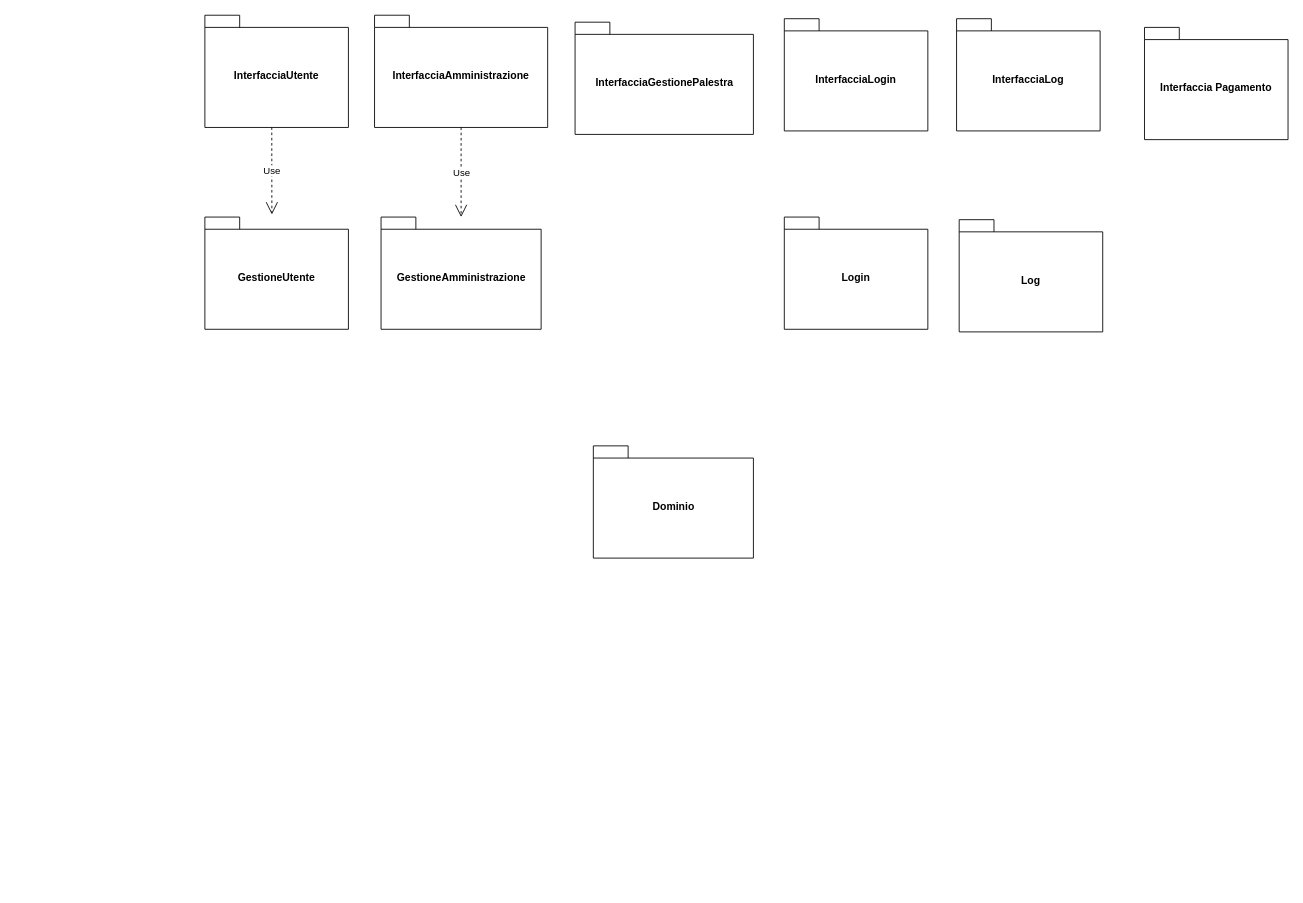
Earlier version of the draw.io diagram Diagrammi_Package/Utente.drawio (JosephBoom02/Progetto_Ingegneria_del_Software). Source tidied: cells renumbered, new cells numbered last; positions are measured from the earlier drawing's top-left corner, leaving out a move shared by most shapes. Both pictures are drawn from the tidied source at 87%, with x=0, y=0 at pixel (204, 15).
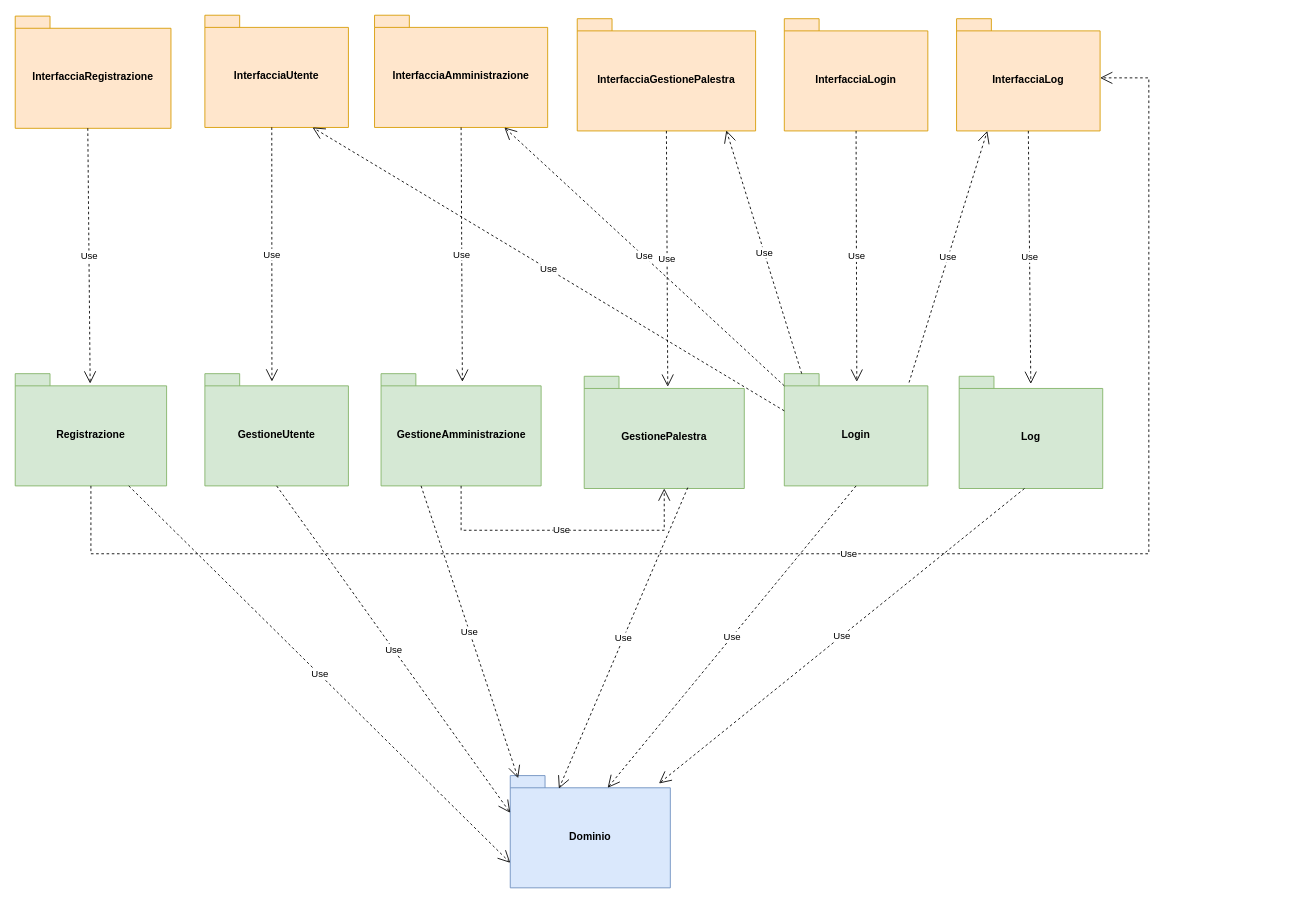
The same diagram, later.

What changed in the source:
```diff
@@
-    <mxCell id="2" value="InterfacciaUtente" style="shape=folder;fontStyle=1;spacingTop=10;tabWidth=40;tabHeight=14;tabPosition=left;html=1;whiteSpace=wrap;" parent="1" vertex="1">
+    <mxCell id="2" value="InterfacciaUtente" style="shape=folder;fontStyle=1;spacingTop=10;tabWidth=40;tabHeight=14;tabPosition=left;html=1;whiteSpace=wrap;fillColor=#ffe6cc;strokeColor=#d79b00;" parent="1" vertex="1">
       <mxGeometry width="165" height="129" as="geometry" />
     </mxCell>
-    <mxCell id="3" value="InterfacciaGestionePalestra" style="shape=folder;fontStyle=1;spacingTop=10;tabWidth=40;tabHeight=14;tabPosition=left;html=1;whiteSpace=wrap;" parent="1" vertex="1">
-      <mxGeometry x="425.5" y="8" width="205" height="129" as="geometry" />
+    <mxCell id="3" value="InterfacciaGestionePalestra" style="shape=folder;fontStyle=1;spacingTop=10;tabWidth=40;tabHeight=14;tabPosition=left;html=1;whiteSpace=wrap;fillColor=#ffe6cc;strokeColor=#d79b00;" parent="1" vertex="1">
+      <mxGeometry x="428" y="4" width="205" height="129" as="geometry" />
     </mxCell>
-    <mxCell id="4" value="InterfacciaAmministrazione" style="shape=folder;fontStyle=1;spacingTop=10;tabWidth=40;tabHeight=14;tabPosition=left;html=1;whiteSpace=wrap;" parent="1" vertex="1">
+    <mxCell id="4" value="InterfacciaAmministrazione" style="shape=folder;fontStyle=1;spacingTop=10;tabWidth=40;tabHeight=14;tabPosition=left;html=1;whiteSpace=wrap;fillColor=#ffe6cc;strokeColor=#d79b00;" parent="1" vertex="1">
       <mxGeometry x="195" width="199" height="129" as="geometry" />
     </mxCell>
-    <mxCell id="5" value="InterfacciaLogin" style="shape=folder;fontStyle=1;spacingTop=10;tabWidth=40;tabHeight=14;tabPosition=left;html=1;whiteSpace=wrap;" parent="1" vertex="1">
+    <mxCell id="5" value="InterfacciaLogin" style="shape=folder;fontStyle=1;spacingTop=10;tabWidth=40;tabHeight=14;tabPosition=left;html=1;whiteSpace=wrap;fillColor=#ffe6cc;strokeColor=#d79b00;" parent="1" vertex="1">
       <mxGeometry x="666" y="4" width="165" height="129" as="geometry" />
     </mxCell>
-    <mxCell id="6" value="InterfacciaLog" style="shape=folder;fontStyle=1;spacingTop=10;tabWidth=40;tabHeight=14;tabPosition=left;html=1;whiteSpace=wrap;" parent="1" vertex="1">
+    <mxCell id="6" value="InterfacciaLog" style="shape=folder;fontStyle=1;spacingTop=10;tabWidth=40;tabHeight=14;tabPosition=left;html=1;whiteSpace=wrap;fillColor=#ffe6cc;strokeColor=#d79b00;" parent="1" vertex="1">
       <mxGeometry x="864" y="4" width="165" height="129" as="geometry" />
     </mxCell>
-    <mxCell id="7" value="GestioneUtente" style="shape=folder;fontStyle=1;spacingTop=10;tabWidth=40;tabHeight=14;tabPosition=left;html=1;whiteSpace=wrap;" parent="1" vertex="1">
-      <mxGeometry y="232" width="165" height="129" as="geometry" />
+    <mxCell id="7" value="GestioneUtente" style="shape=folder;fontStyle=1;spacingTop=10;tabWidth=40;tabHeight=14;tabPosition=left;html=1;whiteSpace=wrap;fillColor=#d5e8d4;strokeColor=#82b366;" parent="1" vertex="1">
+      <mxGeometry y="412" width="165" height="129" as="geometry" />
     </mxCell>
-    <mxCell id="8" value="GestioneAmministrazione" style="shape=folder;fontStyle=1;spacingTop=10;tabWidth=40;tabHeight=14;tabPosition=left;html=1;whiteSpace=wrap;" parent="1" vertex="1">
-      <mxGeometry x="202.5" y="232" width="184" height="129" as="geometry" />
+    <mxCell id="8" value="GestioneAmministrazione" style="shape=folder;fontStyle=1;spacingTop=10;tabWidth=40;tabHeight=14;tabPosition=left;html=1;whiteSpace=wrap;fillColor=#d5e8d4;strokeColor=#82b366;" parent="1" vertex="1">
+      <mxGeometry x="202.5" y="412" width="184" height="129" as="geometry" />
     </mxCell>
-    <mxCell id="9" value="Log" style="shape=folder;fontStyle=1;spacingTop=10;tabWidth=40;tabHeight=14;tabPosition=left;html=1;whiteSpace=wrap;" parent="1" vertex="1">
-      <mxGeometry x="867" y="235" width="165" height="129" as="geometry" />
+    <mxCell id="9" value="Log" style="shape=folder;fontStyle=1;spacingTop=10;tabWidth=40;tabHeight=14;tabPosition=left;html=1;whiteSpace=wrap;fillColor=#d5e8d4;strokeColor=#82b366;" parent="1" vertex="1">
+      <mxGeometry x="867" y="415" width="165" height="129" as="geometry" />
     </mxCell>
-    <mxCell id="10" value="Login" style="shape=folder;fontStyle=1;spacingTop=10;tabWidth=40;tabHeight=14;tabPosition=left;html=1;whiteSpace=wrap;" parent="1" vertex="1">
-      <mxGeometry x="666" y="232" width="165" height="129" as="geometry" />
+    <mxCell id="10" value="Login" style="shape=folder;fontStyle=1;spacingTop=10;tabWidth=40;tabHeight=14;tabPosition=left;html=1;whiteSpace=wrap;fillColor=#d5e8d4;strokeColor=#82b366;" parent="1" vertex="1">
+      <mxGeometry x="666" y="412" width="165" height="129" as="geometry" />
     </mxCell>
-    <mxCell id="11" value="Interfaccia Pagamento" style="shape=folder;fontStyle=1;spacingTop=10;tabWidth=40;tabHeight=14;tabPosition=left;html=1;whiteSpace=wrap;" parent="1" vertex="1">
-      <mxGeometry x="1080" y="14" width="165" height="129" as="geometry" />
-    </mxCell>
-    <mxCell id="12" value="Dominio" style="shape=folder;fontStyle=1;spacingTop=10;tabWidth=40;tabHeight=14;tabPosition=left;html=1;whiteSpace=wrap;" parent="1" vertex="1">
-      <mxGeometry x="446.5" y="495" width="184" height="129" as="geometry" />
+    <mxCell id="12" value="Dominio" style="shape=folder;fontStyle=1;spacingTop=10;tabWidth=40;tabHeight=14;tabPosition=left;html=1;whiteSpace=wrap;fillColor=#dae8fc;strokeColor=#6c8ebf;" parent="1" vertex="1">
+      <mxGeometry x="351" y="874" width="184" height="129" as="geometry" />
     </mxCell>
-    <mxCell id="13" value="Use" style="endArrow=open;endSize=12;dashed=1;html=1;rounded=0;exitX=0.466;exitY=0.999;exitDx=0;exitDy=0;exitPerimeter=0;" parent="1" edge="1" source="2">
-      <mxGeometry relative="1" as="geometry">
-        <mxPoint x="77" y="229" as="targetPoint" />
-      </mxGeometry>
+    <mxCell id="13" value="Use" style="endArrow=open;endSize=12;dashed=1;html=1;rounded=0;exitX=0.466;exitY=0.999;exitDx=0;exitDy=0;exitPerimeter=0;entryX=0.467;entryY=0.07;entryDx=0;entryDy=0;entryPerimeter=0;" parent="1" edge="1" source="2" target="7">
+      <mxGeometry relative="1" as="geometry" />
     </mxCell>
-    <mxCell id="14" value="Use" style="endArrow=open;endSize=12;dashed=1;html=1;rounded=0;exitX=0.5;exitY=1;exitDx=0;exitDy=0;exitPerimeter=0;" parent="1" edge="1" source="4" target="8">
+    <mxCell id="14" value="Use" style="endArrow=open;endSize=12;dashed=1;html=1;rounded=0;exitX=0.5;exitY=1;exitDx=0;exitDy=0;exitPerimeter=0;entryX=0.508;entryY=0.072;entryDx=0;entryDy=0;entryPerimeter=0;" parent="1" edge="1" source="4" target="8">
       <mxGeometry relative="1" as="geometry" />
     </mxCell>
+    <mxCell id="15" value="GestionePalestra" style="shape=folder;fontStyle=1;spacingTop=10;tabWidth=40;tabHeight=14;tabPosition=left;html=1;whiteSpace=wrap;fillColor=#d5e8d4;strokeColor=#82b366;" parent="1" vertex="1">
+      <mxGeometry x="436" y="415" width="184" height="129" as="geometry" />
+    </mxCell>
+    <mxCell id="16" value="Use" style="endArrow=open;endSize=12;dashed=1;html=1;rounded=0;exitX=0.5;exitY=1;exitDx=0;exitDy=0;exitPerimeter=0;entryX=0.522;entryY=0.093;entryDx=0;entryDy=0;entryPerimeter=0;" parent="1" edge="1" source="3" target="15">
+      <mxGeometry relative="1" as="geometry" />
+    </mxCell>
+    <mxCell id="17" value="Use" style="endArrow=open;endSize=12;dashed=1;html=1;rounded=0;exitX=0.5;exitY=1;exitDx=0;exitDy=0;exitPerimeter=0;entryX=0.505;entryY=0.072;entryDx=0;entryDy=0;entryPerimeter=0;" parent="1" edge="1" source="5" target="10">
+      <mxGeometry relative="1" as="geometry" />
+    </mxCell>
+    <mxCell id="18" value="Use" style="endArrow=open;endSize=12;dashed=1;html=1;rounded=0;exitX=0.5;exitY=1;exitDx=0;exitDy=0;exitPerimeter=0;entryX=0.499;entryY=0.068;entryDx=0;entryDy=0;entryPerimeter=0;" parent="1" edge="1" source="6" target="9">
+      <mxGeometry relative="1" as="geometry" />
+    </mxCell>
+    <mxCell id="19" value="Use" style="endArrow=open;endSize=12;dashed=1;html=1;rounded=0;exitX=0.869;exitY=0.079;exitDx=0;exitDy=0;exitPerimeter=0;entryX=0.214;entryY=1;entryDx=0;entryDy=0;entryPerimeter=0;" parent="1" edge="1" source="10" target="6">
+      <mxGeometry relative="1" as="geometry" />
+    </mxCell>
+    <mxCell id="20" value="Use" style="endArrow=open;endSize=12;dashed=1;html=1;rounded=0;exitX=0;exitY=0;exitDx=20;exitDy=0;exitPerimeter=0;entryX=0.836;entryY=0.995;entryDx=0;entryDy=0;entryPerimeter=0;" parent="1" edge="1" source="10" target="3">
+      <mxGeometry relative="1" as="geometry" />
+    </mxCell>
+    <mxCell id="21" value="InterfacciaRegistrazione" style="shape=folder;fontStyle=1;spacingTop=10;tabWidth=40;tabHeight=14;tabPosition=left;html=1;whiteSpace=wrap;fillColor=#ffe6cc;strokeColor=#d79b00;" parent="1" vertex="1">
+      <mxGeometry x="-218" y="1" width="179" height="129" as="geometry" />
+    </mxCell>
+    <mxCell id="22" value="&lt;div&gt;Registrazione&lt;/div&gt;" style="shape=folder;fontStyle=1;spacingTop=10;tabWidth=40;tabHeight=14;tabPosition=left;html=1;whiteSpace=wrap;fillColor=#d5e8d4;strokeColor=#82b366;" parent="1" vertex="1">
+      <mxGeometry x="-218" y="412" width="174" height="129" as="geometry" />
+    </mxCell>
+    <mxCell id="23" value="Use" style="endArrow=open;endSize=12;dashed=1;html=1;rounded=0;exitX=0.466;exitY=0.999;exitDx=0;exitDy=0;exitPerimeter=0;entryX=0.495;entryY=0.088;entryDx=0;entryDy=0;entryPerimeter=0;" parent="1" edge="1" source="21" target="22">
+      <mxGeometry relative="1" as="geometry" />
+    </mxCell>
+    <mxCell id="24" value="Use" style="endArrow=open;endSize=12;dashed=1;html=1;rounded=0;edgeStyle=orthogonalEdgeStyle;exitX=0.5;exitY=1;exitDx=0;exitDy=0;exitPerimeter=0;" parent="1" edge="1" source="22">
+      <mxGeometry relative="1" as="geometry">
+        <mxPoint x="1029" y="72" as="targetPoint" />
+        <Array as="points">
+          <mxPoint x="-131" y="619" />
+          <mxPoint x="1085" y="619" />
+          <mxPoint x="1085" y="72" />
+        </Array>
+      </mxGeometry>
+    </mxCell>
+    <mxCell id="25" value="Use" style="endArrow=open;endSize=12;dashed=1;html=1;rounded=0;exitX=0;exitY=0;exitDx=0;exitDy=14;exitPerimeter=0;entryX=0.75;entryY=1;entryDx=0;entryDy=0;entryPerimeter=0;" parent="1" edge="1" source="10" target="4">
+      <mxGeometry relative="1" as="geometry" />
+    </mxCell>
+    <mxCell id="26" value="Use" style="endArrow=open;endSize=12;dashed=1;html=1;rounded=0;exitX=0;exitY=0;exitDx=0;exitDy=42.75;exitPerimeter=0;entryX=0.75;entryY=1;entryDx=0;entryDy=0;entryPerimeter=0;" parent="1" edge="1" source="10" target="2">
+      <mxGeometry relative="1" as="geometry" />
+    </mxCell>
+    <mxCell id="27" value="Use" style="endArrow=open;endSize=12;dashed=1;html=1;rounded=0;edgeStyle=orthogonalEdgeStyle;exitX=0.5;exitY=1;exitDx=0;exitDy=0;exitPerimeter=0;entryX=0.5;entryY=1;entryDx=0;entryDy=0;entryPerimeter=0;" parent="1" edge="1" source="8" target="15">
+      <mxGeometry relative="1" as="geometry">
+        <Array as="points">
+          <mxPoint x="295" y="592" />
+          <mxPoint x="528" y="592" />
+        </Array>
+      </mxGeometry>
+    </mxCell>
+    <mxCell id="28" value="Use" style="endArrow=open;endSize=12;dashed=1;html=1;rounded=0;exitX=0.75;exitY=1;exitDx=0;exitDy=0;exitPerimeter=0;entryX=0;entryY=0;entryDx=0;entryDy=100.25;entryPerimeter=0;" parent="1" edge="1" source="22" target="12">
+      <mxGeometry relative="1" as="geometry" />
+    </mxCell>
+    <mxCell id="29" value="Use" style="endArrow=open;endSize=12;dashed=1;html=1;rounded=0;exitX=0.5;exitY=1;exitDx=0;exitDy=0;exitPerimeter=0;entryX=0;entryY=0;entryDx=0;entryDy=42.75;entryPerimeter=0;" parent="1" edge="1" source="7" target="12">
+      <mxGeometry relative="1" as="geometry" />
+    </mxCell>
+    <mxCell id="30" value="Use" style="endArrow=open;endSize=12;dashed=1;html=1;rounded=0;exitX=0.25;exitY=1;exitDx=0;exitDy=0;exitPerimeter=0;entryX=0.049;entryY=0.023;entryDx=0;entryDy=0;entryPerimeter=0;" parent="1" edge="1" source="8" target="12">
+      <mxGeometry relative="1" as="geometry" />
+    </mxCell>
+    <mxCell id="31" value="Use" style="endArrow=open;endSize=12;dashed=1;html=1;rounded=0;exitX=0.647;exitY=0.992;exitDx=0;exitDy=0;exitPerimeter=0;entryX=0.304;entryY=0.116;entryDx=0;entryDy=0;entryPerimeter=0;" parent="1" edge="1" source="15" target="12">
+      <mxGeometry relative="1" as="geometry" />
+    </mxCell>
+    <mxCell id="32" value="Use" style="endArrow=open;endSize=12;dashed=1;html=1;rounded=0;exitX=0.5;exitY=1;exitDx=0;exitDy=0;exitPerimeter=0;entryX=0;entryY=0;entryDx=112;entryDy=14;entryPerimeter=0;" parent="1" edge="1" source="10" target="12">
+      <mxGeometry relative="1" as="geometry" />
+    </mxCell>
+    <mxCell id="33" value="Use" style="endArrow=open;endSize=12;dashed=1;html=1;rounded=0;exitX=0.455;exitY=1;exitDx=0;exitDy=0;exitPerimeter=0;entryX=0.929;entryY=0.07;entryDx=0;entryDy=0;entryPerimeter=0;" parent="1" edge="1" source="9" target="12">
+      <mxGeometry relative="1" as="geometry" />
+    </mxCell>
```
